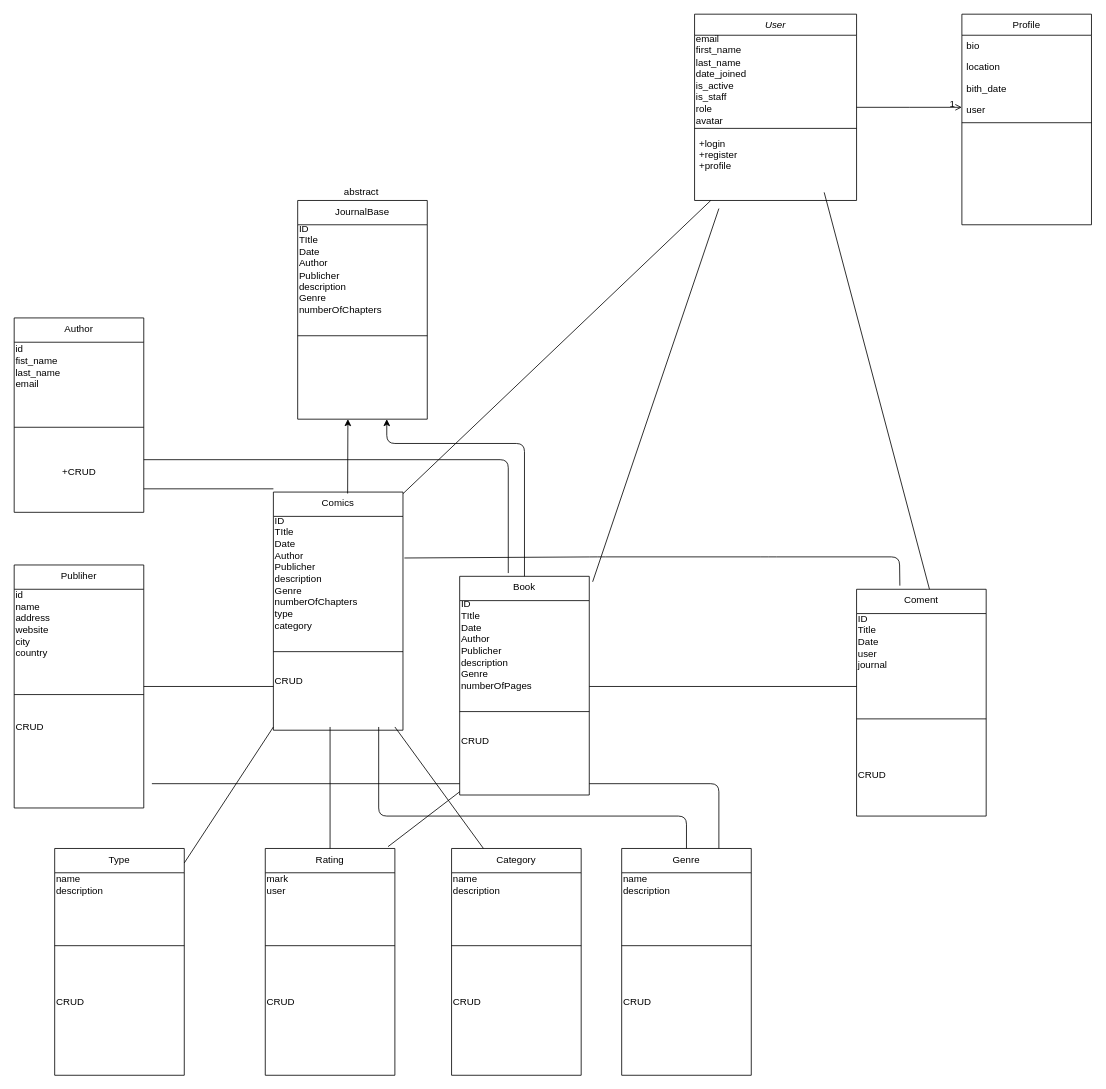
This is Project Diagram.drawio from niayz10/Backend-Project, a draw.io file, before an edit. Source tidied: cells renumbered, new cells numbered last; positions are measured from the earlier drawing's top-left corner, leaving out a move shared by most shapes. Both pictures are drawn from the tidied source at 81%, with x=0, y=0 at pixel (14, 14).
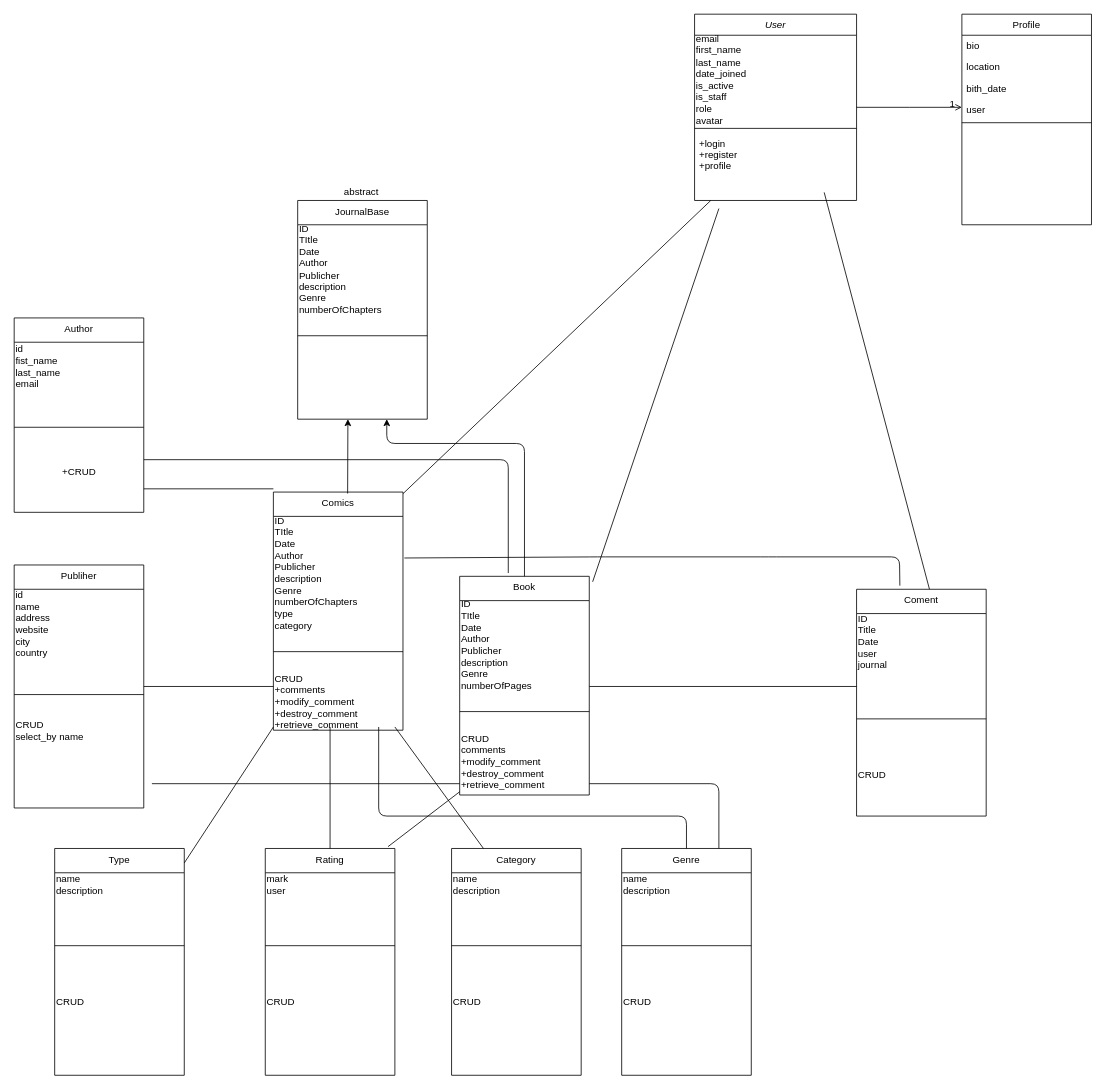
After the change.

The change refers to these unchanged cells:
```xml
<mxCell id="14" value="Comics" style="swimlane;fontStyle=0;align=center;verticalAlign=top;horizontal=1;startSize=30;rounded=0;shadow=0;strokeWidth=1;" parent="1" vertex="1">
  <mxGeometry x="320" y="590" width="160" height="294" as="geometry" />
</mxCell>
<mxCell id="26" value="Publiher" style="swimlane;fontStyle=0;align=center;verticalAlign=top;horizontal=1;startSize=30;rounded=0;shadow=0;strokeWidth=1;" parent="1" vertex="1">
  <mxGeometry y="680" width="160" height="300" as="geometry" />
</mxCell>
<mxCell id="39" value="Book" style="swimlane;fontStyle=0;align=center;verticalAlign=top;horizontal=1;startSize=30;rounded=0;shadow=0;strokeWidth=1;" parent="1" vertex="1">
  <mxGeometry x="550" y="694" width="160" height="270" as="geometry" />
</mxCell>
```

What changed in the source:
```diff
@@
-    <mxCell id="17" value="CRUD" style="text;html=1;align=left;verticalAlign=middle;strokeColor=none;" parent="14" vertex="1">
-      <mxGeometry y="224" width="160" height="20" as="geometry" />
+    <mxCell id="17" value="CRUD&lt;br&gt;+comments&lt;br&gt;+modify_comment&lt;br&gt;+destroy_comment&lt;br&gt;+retrieve_comment" style="text;html=1;align=left;verticalAlign=middle;strokeColor=none;" parent="14" vertex="1">
+      <mxGeometry y="224" width="160" height="70" as="geometry" />
     </mxCell>
@@
-    <mxCell id="29" value="CRUD&lt;br&gt;" style="text;html=1;align=left;verticalAlign=middle;strokeColor=none;" parent="26" vertex="1">
-      <mxGeometry y="190" width="160" height="20" as="geometry" />
+    <mxCell id="29" value="CRUD&lt;br&gt;select_by name" style="text;html=1;align=left;verticalAlign=middle;strokeColor=none;" parent="26" vertex="1">
+      <mxGeometry y="190" width="160" height="30" as="geometry" />
     </mxCell>
@@
-    <mxCell id="42" value="CRUD" style="text;html=1;align=left;verticalAlign=middle;strokeColor=none;" parent="39" vertex="1">
-      <mxGeometry y="194" width="160" height="20" as="geometry" />
+    <mxCell id="42" value="CRUD&lt;br&gt;comments&lt;br&gt;+modify_comment&lt;br&gt;+destroy_comment&lt;br&gt;+retrieve_comment" style="text;html=1;align=left;verticalAlign=middle;strokeColor=none;" parent="39" vertex="1">
+      <mxGeometry y="194" width="160" height="70" as="geometry" />
     </mxCell>
```
